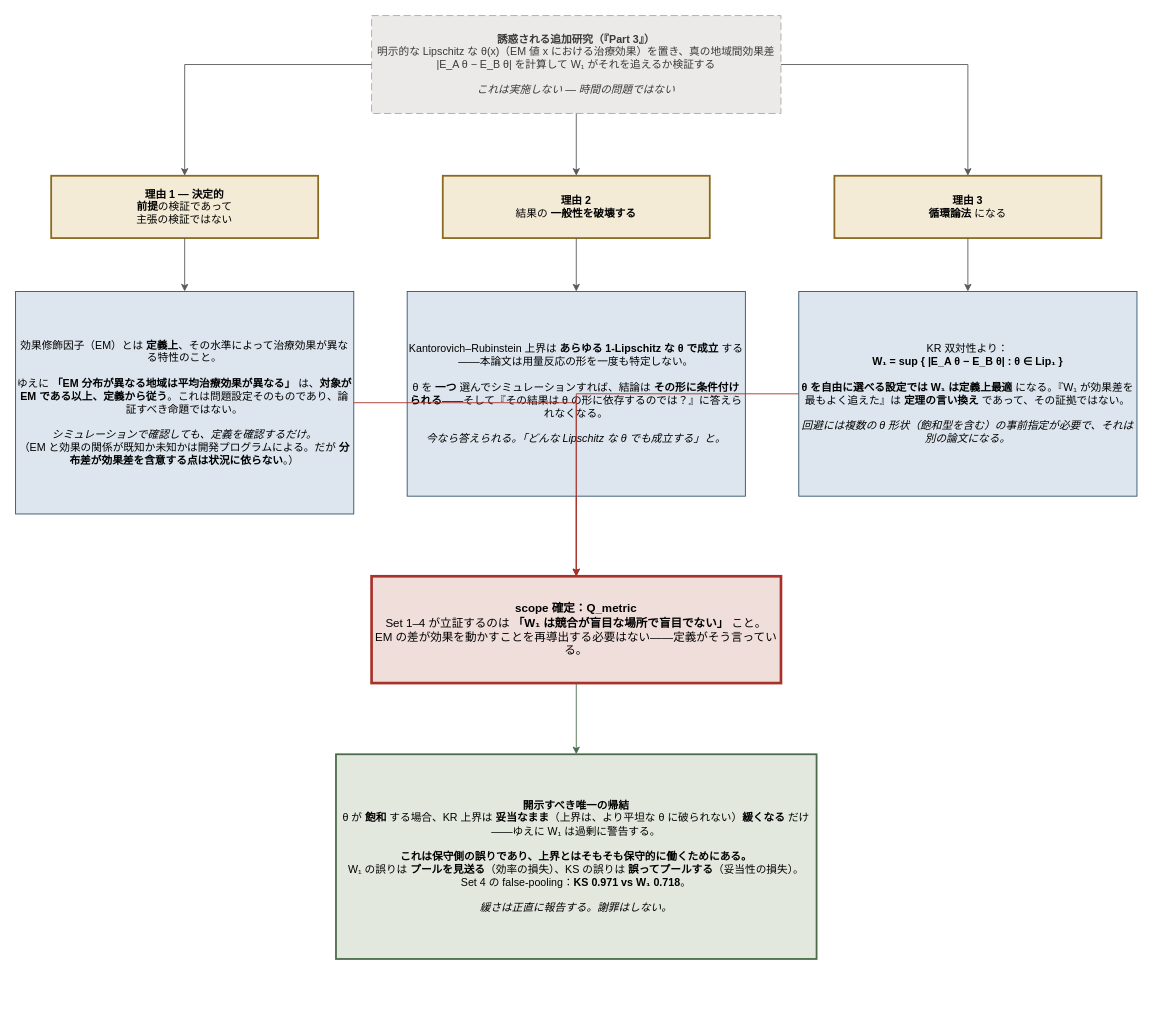
Above: page "図4 scope なぜ θ を置かないか" (7 of 7) of projects/similarity-metric/paper_logic_ja.drawio in tnagakubo/similarity_metrics (draw.io), before the change. Source tidied: cells renumbered, new cells numbered last; positions are measured from the earlier drawing's top-left corner, leaving out a move shared by most shapes. Both pictures are drawn from the tidied source at 89%, with x=0, y=0 at pixel (15, 15).
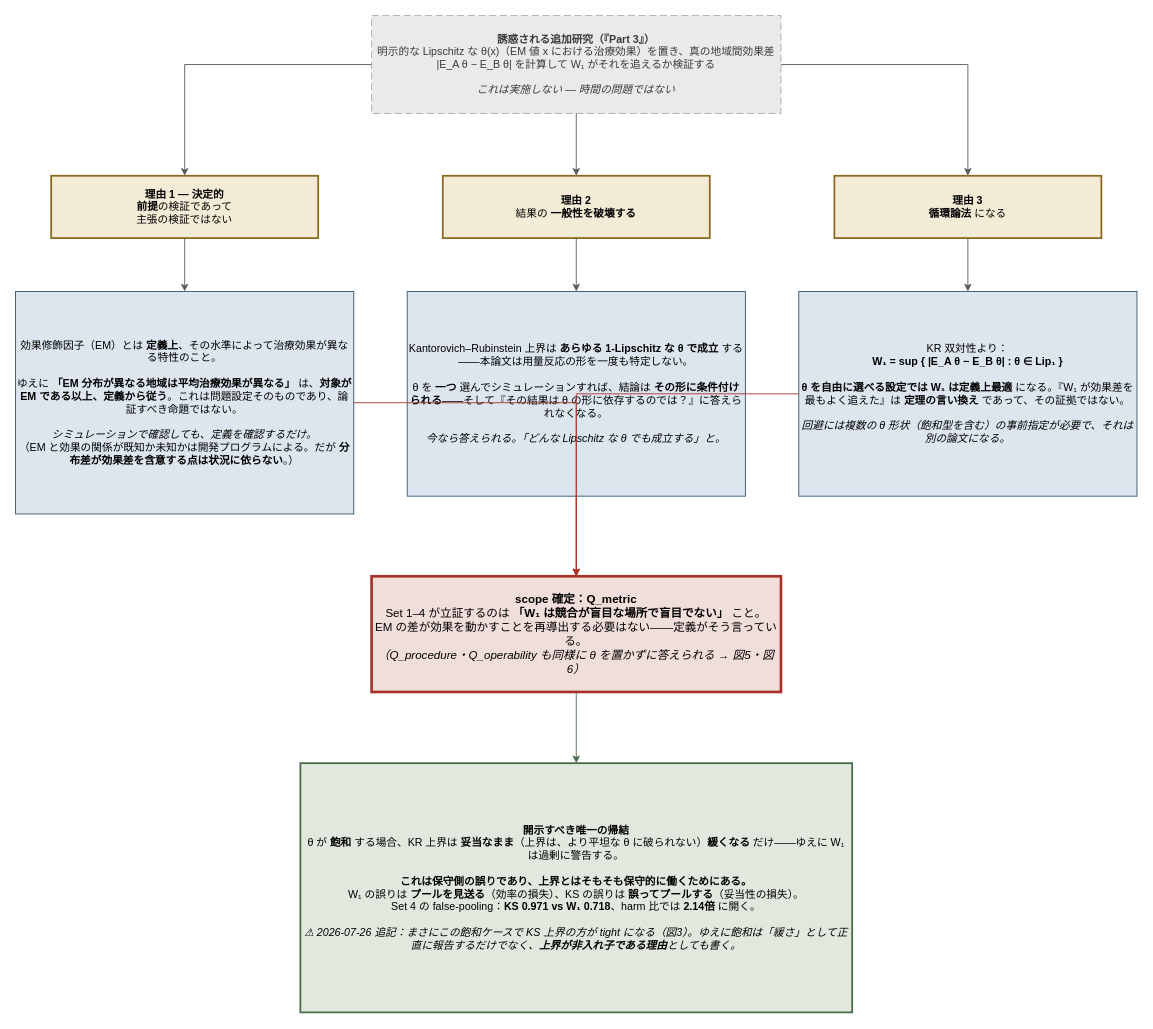
Above is the later version.

Change to the diagram source:
```diff
@@
-    <mxCell id="9" value="&lt;b&gt;scope 確定：Q_metric&lt;/b&gt;&lt;br&gt;Set 1–4 が立証するのは &lt;b&gt;「W₁ は競合が盲目な場所で盲目でない」&lt;/b&gt; こと。&lt;br&gt;EM の差が効果を動かすことを再導出する必要はない——定義がそう言っている。" style="rounded=0;whiteSpace=wrap;html=1;fillColor=#F0DEDB;strokeColor=#A8322A;strokeWidth=3;fontFamily=Yu Gothic;fontSize=13;align=center;" parent="1" vertex="1">
-      <mxGeometry x="400" y="630" width="460" height="120" as="geometry" />
+    <mxCell id="9" value="&lt;b&gt;scope 確定：Q_metric&lt;/b&gt;&lt;br&gt;Set 1–4 が立証するのは &lt;b&gt;「W₁ は競合が盲目な場所で盲目でない」&lt;/b&gt; こと。&lt;br&gt;EM の差が効果を動かすことを再導出する必要はない——定義がそう言っている。&lt;br&gt;&lt;i&gt;（Q_procedure・Q_operability も同様に θ を置かずに答えられる → 図5・図6）&lt;/i&gt;" style="rounded=0;whiteSpace=wrap;html=1;fillColor=#F0DEDB;strokeColor=#A8322A;strokeWidth=3;fontFamily=Yu Gothic;fontSize=13;align=center;" parent="1" vertex="1">
+      <mxGeometry x="400" y="630" width="460" height="130" as="geometry" />
     </mxCell>
-    <mxCell id="10" value="&lt;b&gt;開示すべき唯一の帰結&lt;/b&gt;&lt;br&gt;θ が &lt;b&gt;飽和&lt;/b&gt; する場合、KR 上界は &lt;b&gt;妥当なまま&lt;/b&gt;（上界は、より平坦な θ に破られない）&lt;b&gt;緩くなる&lt;/b&gt; だけ——ゆえに W₁ は過剰に警告する。&lt;br&gt;&lt;br&gt;&lt;b&gt;これは保守側の誤りであり、上界とはそもそも保守的に働くためにある。&lt;/b&gt;&lt;br&gt;W₁ の誤りは &lt;b&gt;プールを見送る&lt;/b&gt;（効率の損失）、KS の誤りは &lt;b&gt;誤ってプールする&lt;/b&gt;（妥当性の損失）。&lt;br&gt;Set 4 の false-pooling：&lt;b&gt;KS 0.971 vs W₁ 0.718&lt;/b&gt;。&lt;br&gt;&lt;br&gt;&lt;i&gt;緩さは正直に報告する。謝罪はしない。&lt;/i&gt;" style="rounded=0;whiteSpace=wrap;html=1;fillColor=#E2E8DE;strokeColor=#4A6B4A;strokeWidth=2;fontFamily=Yu Gothic;fontSize=12;align=center;" parent="1" vertex="1">
-      <mxGeometry x="360" y="830" width="540" height="230" as="geometry" />
+    <mxCell id="10" value="&lt;b&gt;開示すべき唯一の帰結&lt;/b&gt;&lt;br&gt;θ が &lt;b&gt;飽和&lt;/b&gt; する場合、KR 上界は &lt;b&gt;妥当なまま&lt;/b&gt;（上界は、より平坦な θ に破られない）&lt;b&gt;緩くなる&lt;/b&gt; だけ——ゆえに W₁ は過剰に警告する。&lt;br&gt;&lt;br&gt;&lt;b&gt;これは保守側の誤りであり、上界とはそもそも保守的に働くためにある。&lt;/b&gt;&lt;br&gt;W₁ の誤りは &lt;b&gt;プールを見送る&lt;/b&gt;（効率の損失）、KS の誤りは &lt;b&gt;誤ってプールする&lt;/b&gt;（妥当性の損失）。&lt;br&gt;Set 4 の false-pooling：&lt;b&gt;KS 0.971 vs W₁ 0.718&lt;/b&gt;、harm 比では &lt;b&gt;2.14倍&lt;/b&gt; に開く。&lt;br&gt;&lt;br&gt;&lt;i&gt;⚠ 2026-07-26 追記：まさにこの飽和ケースで KS 上界の方が tight になる（図3）。ゆえに飽和は「緩さ」として正直に報告するだけでなく、&lt;b&gt;上界が非入れ子である理由&lt;/b&gt;としても書く。&lt;/i&gt;" style="rounded=0;whiteSpace=wrap;html=1;fillColor=#E2E8DE;strokeColor=#4A6B4A;strokeWidth=2;fontFamily=Yu Gothic;fontSize=12;align=center;" parent="1" vertex="1">
+      <mxGeometry x="320" y="840" width="620" height="280" as="geometry" />
     </mxCell>
```
